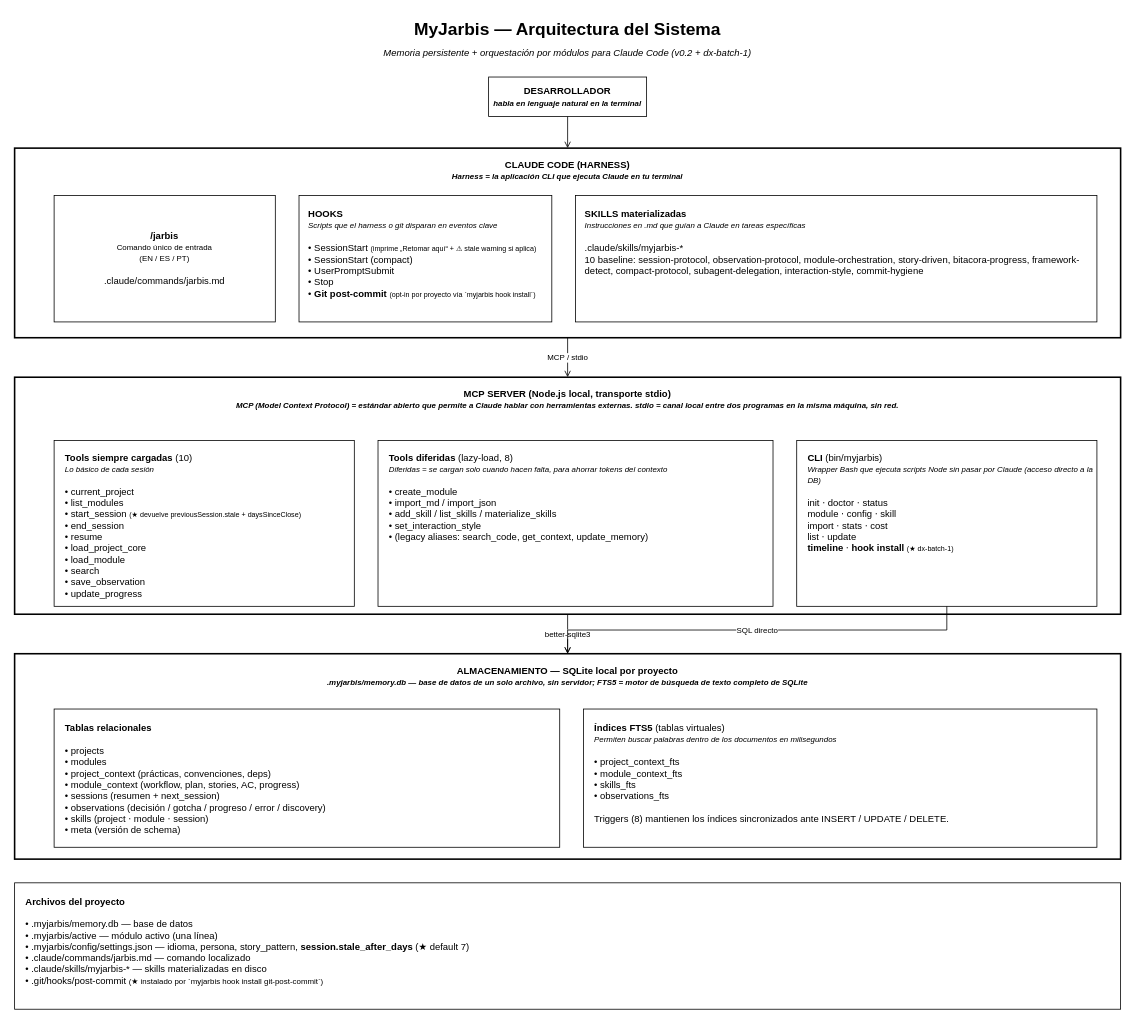
This is page "1. Arquitectura" (1 of 4) of docs/myjarbis-architecture.drawio from BraianTroncoso/myjarbis, a draw.io file, before an edit. Source tidied: cells renumbered, new cells numbered last; positions are measured from the earlier drawing's top-left corner, leaving out a move shared by most shapes. Both pictures are drawn from the tidied source at 79%, with x=0, y=0 at pixel (14, 13).
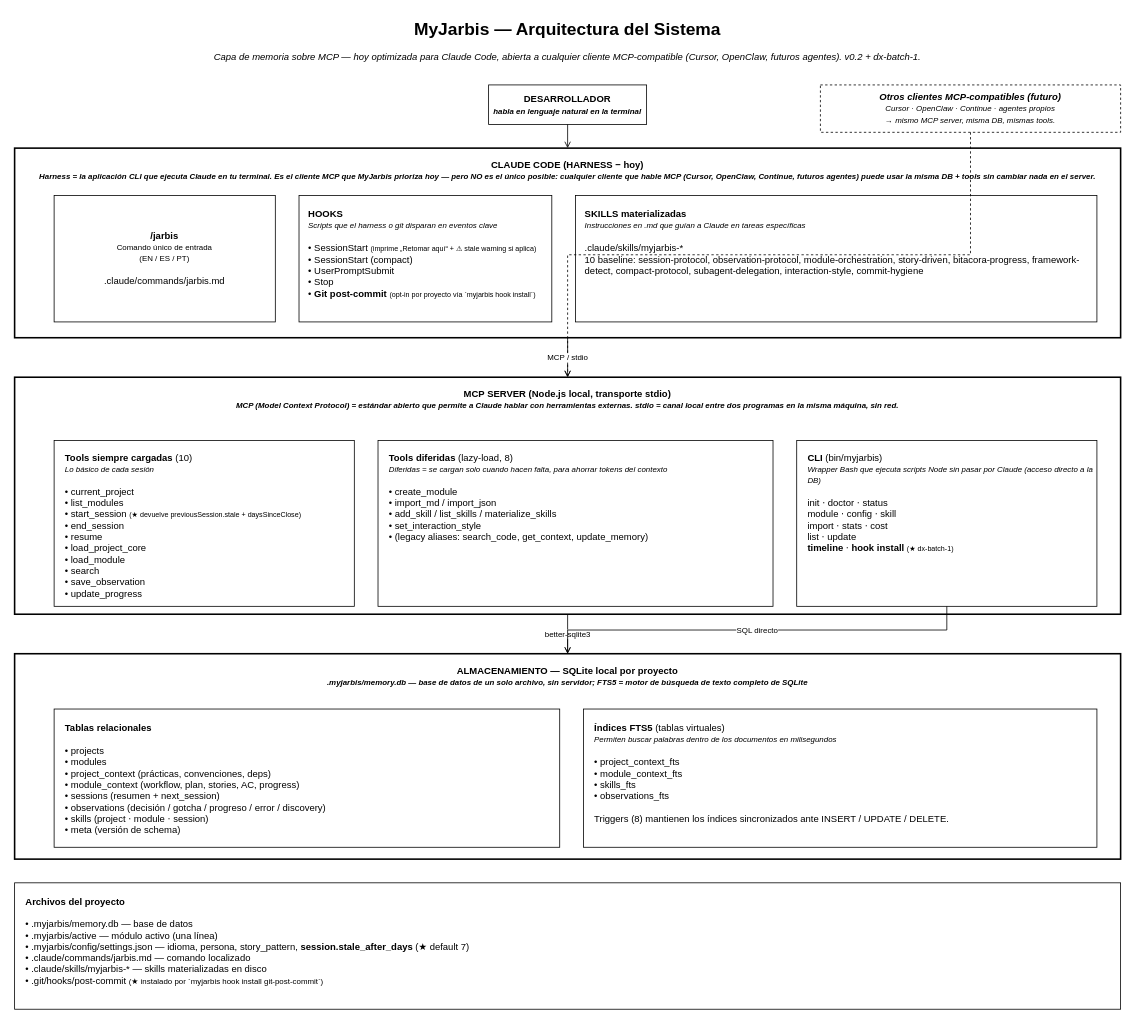
The same page after the edit.

The change refers to these unchanged cells:
```xml
<mxCell id="9" value="MCP SERVER  (Node.js local, transporte stdio)&lt;br&gt;&lt;font style=&quot;font-size: 10px&quot;&gt;&lt;i&gt;MCP (Model Context Protocol) = estándar abierto que permite a Claude hablar con herramientas externas. stdio = canal local entre dos programas en la misma máquina, sin red.&lt;/i&gt;&lt;/font&gt;" style="rounded=0;whiteSpace=wrap;html=1;fillColor=none;strokeColor=#000000;fontColor=#000000;align=center;verticalAlign=top;strokeWidth=2;fontStyle=1;spacingTop=8;" parent="1" vertex="1">
  <mxGeometry y="460" width="1400" height="300" as="geometry" />
</mxCell>
```

The edit, as a diff of the source:
```diff
@@
-    <mxCell id="3" value="Memoria persistente + orquestación por módulos para Claude Code (v0.2 + dx-batch-1)" style="text;html=1;strokeColor=none;fillColor=none;align=center;verticalAlign=middle;whiteSpace=wrap;rounded=0;fontSize=12;fontStyle=2;" parent="1" vertex="1">
-      <mxGeometry x="250" y="40" width="900" height="20" as="geometry" />
+    <mxCell id="3" value="Capa de memoria sobre MCP — hoy optimizada para Claude Code, abierta a cualquier cliente MCP-compatible (Cursor, OpenClaw, futuros agentes). v0.2 + dx-batch-1." style="text;html=1;strokeColor=none;fillColor=none;align=center;verticalAlign=middle;whiteSpace=wrap;rounded=0;fontSize=12;fontStyle=2;" parent="1" vertex="1">
+      <mxGeometry y="40" width="1400" height="30" as="geometry" />
     </mxCell>
     <mxCell id="4" value="DESARROLLADOR&lt;br&gt;&lt;font style=&quot;font-size: 10px&quot;&gt;&lt;i&gt;habla en lenguaje natural en la terminal&lt;/i&gt;&lt;/font&gt;" style="rounded=0;whiteSpace=wrap;html=1;fillColor=none;strokeColor=#000000;fontColor=#000000;align=center;verticalAlign=middle;fontStyle=1;" parent="1" vertex="1">
-      <mxGeometry x="600" y="80" width="200" height="50" as="geometry" />
+      <mxGeometry x="600" y="90" width="200" height="50" as="geometry" />
     </mxCell>
-    <mxCell id="5" value="CLAUDE CODE  (HARNESS)&lt;br&gt;&lt;font style=&quot;font-size: 10px&quot;&gt;&lt;i&gt;Harness = la aplicación CLI que ejecuta Claude en tu terminal&lt;/i&gt;&lt;/font&gt;" style="rounded=0;whiteSpace=wrap;html=1;fillColor=none;strokeColor=#000000;fontColor=#000000;align=center;verticalAlign=top;strokeWidth=2;fontStyle=1;verticalAlign=top;spacingTop=8;" parent="1" vertex="1">
+    <mxCell id="5" value="CLAUDE CODE  (HARNESS  −  hoy)&lt;br&gt;&lt;font style=&quot;font-size: 10px&quot;&gt;&lt;i&gt;Harness = la aplicación CLI que ejecuta Claude en tu terminal. Es el cliente MCP que MyJarbis prioriza hoy — pero NO es el único posible: cualquier cliente que hable MCP (Cursor, OpenClaw, Continue, futuros agentes) puede usar la misma DB + tools sin cambiar nada en el server.&lt;/i&gt;&lt;/font&gt;" style="rounded=0;whiteSpace=wrap;html=1;fillColor=none;strokeColor=#000000;fontColor=#000000;align=center;verticalAlign=top;strokeWidth=2;fontStyle=1;verticalAlign=top;spacingTop=8;" parent="1" vertex="1">
       <mxGeometry y="170" width="1400" height="240" as="geometry" />
     </mxCell>
+    <mxCell id="21" value="&lt;b&gt;Otros clientes MCP-compatibles  (futuro)&lt;/b&gt;&lt;br&gt;&lt;font style=&quot;font-size: 10px&quot;&gt;Cursor · OpenClaw · Continue · agentes propios&lt;br&gt;→ mismo MCP server, misma DB, mismas tools.&lt;/font&gt;" style="rounded=0;whiteSpace=wrap;html=1;fillColor=none;strokeColor=#000000;fontColor=#000000;align=center;verticalAlign=middle;dashed=1;fontStyle=2;" parent="1" vertex="1">
+      <mxGeometry x="1020" y="90" width="380" height="60" as="geometry" />
+    </mxCell>
+    <mxCell id="22" style="endArrow=open;html=1;rounded=0;strokeColor=#000000;dashed=1;edgeStyle=orthogonalEdgeStyle;" parent="1" edge="1" source="21" target="9">
+      <mxGeometry relative="1" as="geometry" />
+    </mxCell>
```
